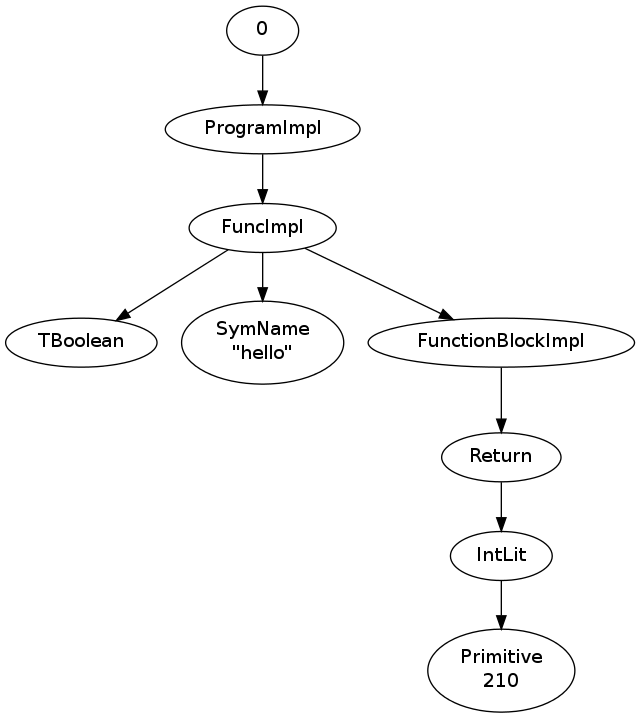
This is test.good.png from PlumpMath/Compiler, a Graphviz export, as it was before one commit. Its source is kept beside it as test.dot.
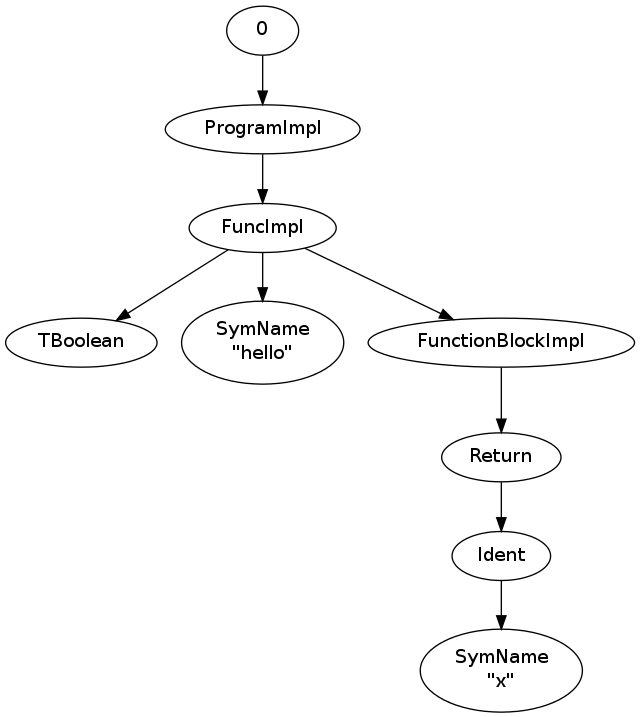
After the change.

Change to the diagram source:
```diff
@@ -12,7 +12,7 @@
 "5" -> "6"
 "6" [label="Return"]
 "6" -> "7"
-"7" [label="IntLit"]
+"7" [label="Ident"]
 "7" -> "8"
-"8" [label="Primitive\n210"]
+"8" [label="SymName\n\"x\""]
 };
```
